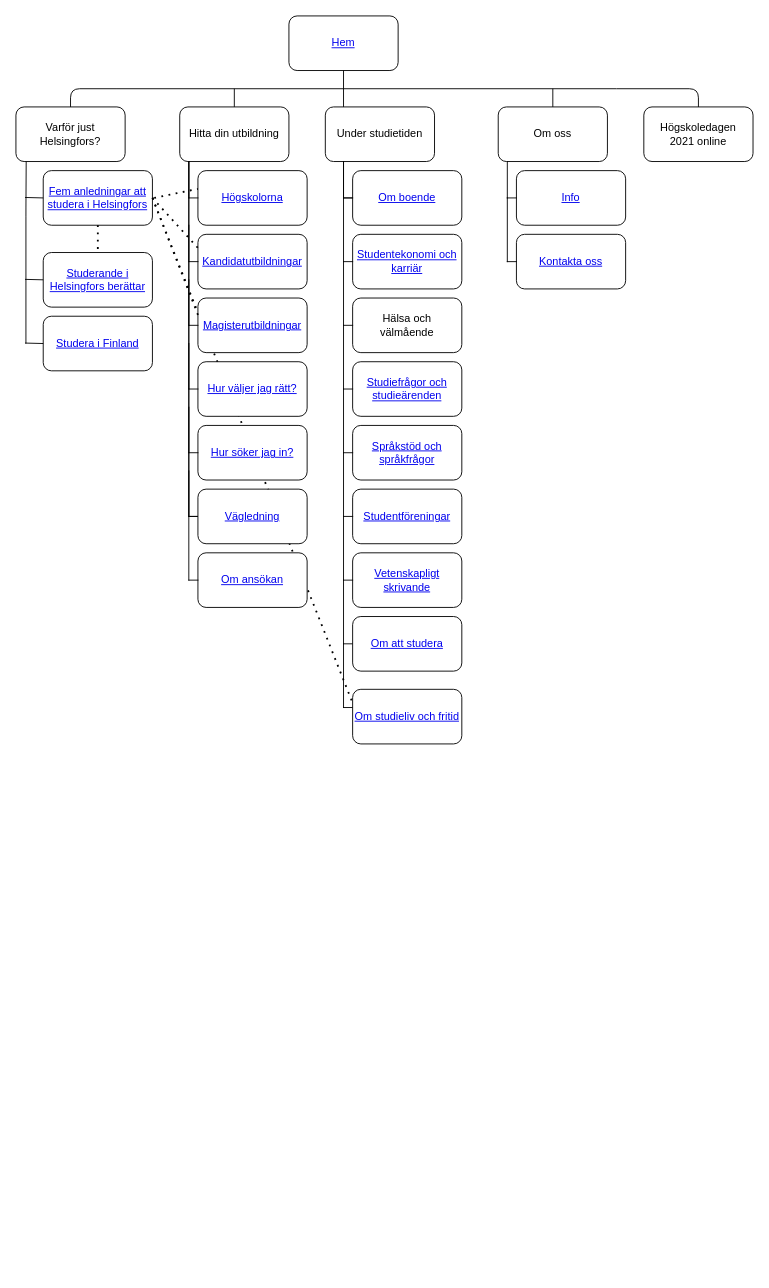
The draw.io diagram SiH utvidgad.drawio in Romuruotsalainen/StuderaiHelsingfors, before the edit. Source tidied: cells renumbered, new cells numbered last; positions are measured from the earlier drawing's top-left corner, leaving out a move shared by most shapes. Both pictures are drawn from the tidied source at 91%, with x=0, y=0 at pixel (15, 15).
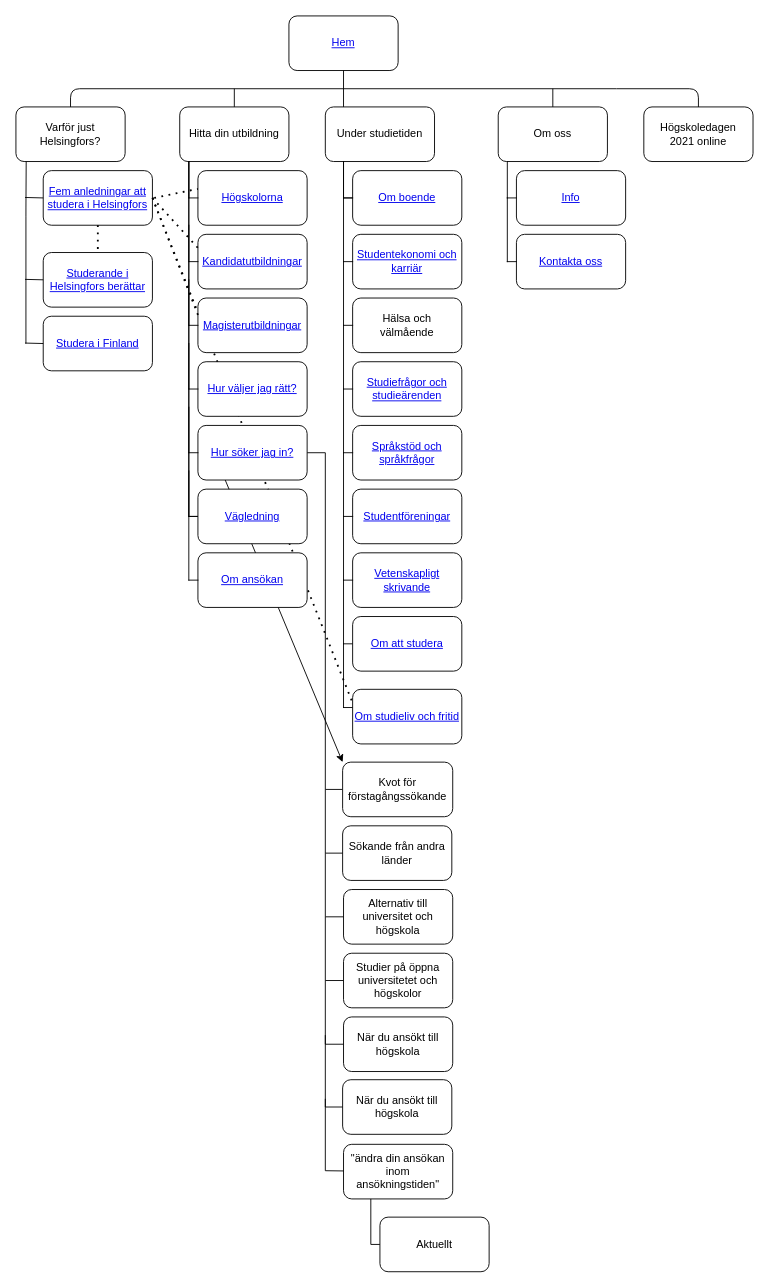
The same diagram, later.

Unchanged cells that the change refers to:
```xml
<mxCell id="23" value="&lt;a href=&quot;https://www.studeraihelsingfors.fi/hur-soker-jag/&quot;&gt;Hur söker jag in?&lt;/a&gt;" style="rounded=1;whiteSpace=wrap;html=1;strokeWidth=1;" parent="1" vertex="1">
  <mxGeometry x="200" y="450" width="120" height="60" as="geometry" />
</mxCell>
```

Change to the diagram source:
```diff
@@
+    <mxCell id="64" style="endArrow=classic;html=1;rounded=0;entryX=0;entryY=0;entryDx=0;entryDy=0;exitX=0.25;exitY=1;exitDx=0;exitDy=0;" parent="1" edge="1" source="23" target="66">
+      <mxGeometry relative="1" as="geometry" />
+    </mxCell>
+    <mxCell id="65" style="endArrow=none;html=1;rounded=0;entryX=1;entryY=0.5;entryDx=0;entryDy=0;exitX=0;exitY=0.5;exitDx=0;exitDy=0;" parent="1" edge="1" source="66" target="23">
+      <mxGeometry relative="1" as="geometry">
+        <Array as="points">
+          <mxPoint x="340" y="850" />
+          <mxPoint x="340" y="480" />
+        </Array>
+      </mxGeometry>
+    </mxCell>
@@
+    <mxCell id="66" value="Kvot för förstagångssökande" style="rounded=1;whiteSpace=wrap;html=1;" parent="1" vertex="1">
+      <mxGeometry x="359" y="820" width="121" height="60" as="geometry" />
+    </mxCell>
+    <mxCell id="67" value="Sökande från andra länder" style="rounded=1;whiteSpace=wrap;html=1;" parent="1" vertex="1">
+      <mxGeometry x="359" y="890" width="120" height="60" as="geometry" />
+    </mxCell>
+    <mxCell id="68" value="Alternativ till universitet och högskola" style="rounded=1;whiteSpace=wrap;html=1;" parent="1" vertex="1">
+      <mxGeometry x="360" y="960" width="120" height="60" as="geometry" />
+    </mxCell>
+    <mxCell id="69" value="Studier på öppna universitetet och högskolor" style="rounded=1;whiteSpace=wrap;html=1;" parent="1" vertex="1">
+      <mxGeometry x="360" y="1030" width="120" height="60" as="geometry" />
+    </mxCell>
+    <mxCell id="70" value="När du ansökt till högskola" style="rounded=1;whiteSpace=wrap;html=1;" parent="1" vertex="1">
+      <mxGeometry x="360" y="1100" width="120" height="60" as="geometry" />
+    </mxCell>
+    <mxCell id="71" style="endArrow=none;html=1;rounded=0;entryX=0;entryY=0.5;entryDx=0;entryDy=0;" parent="1" edge="1" target="67">
+      <mxGeometry relative="1" as="geometry">
+        <mxPoint x="340" y="850" as="sourcePoint" />
+        <Array as="points">
+          <mxPoint x="340" y="920" />
+        </Array>
+      </mxGeometry>
+    </mxCell>
+    <mxCell id="72" style="endArrow=none;html=1;rounded=0;exitX=0;exitY=0.5;exitDx=0;exitDy=0;" parent="1" edge="1" source="68">
+      <mxGeometry relative="1" as="geometry">
+        <mxPoint x="340" y="920" as="targetPoint" />
+        <Array as="points">
+          <mxPoint x="340" y="990" />
+        </Array>
+      </mxGeometry>
+    </mxCell>
+    <mxCell id="73" style="endArrow=none;html=1;rounded=0;exitX=0;exitY=0.5;exitDx=0;exitDy=0;" parent="1" edge="1" source="69">
+      <mxGeometry relative="1" as="geometry">
+        <mxPoint x="340" y="990" as="targetPoint" />
+        <Array as="points">
+          <mxPoint x="340" y="1060" />
+        </Array>
+      </mxGeometry>
+    </mxCell>
+    <mxCell id="74" style="endArrow=none;html=1;rounded=0;entryX=0;entryY=0.5;entryDx=0;entryDy=0;" parent="1" edge="1" target="70">
+      <mxGeometry relative="1" as="geometry">
+        <mxPoint x="340" y="1060" as="sourcePoint" />
+        <Array as="points">
+          <mxPoint x="340" y="1130" />
+        </Array>
+      </mxGeometry>
+    </mxCell>
+    <mxCell id="75" value="När du ansökt till högskola" style="rounded=1;whiteSpace=wrap;html=1;" parent="1" vertex="1">
+      <mxGeometry x="359" y="1169" width="120" height="60" as="geometry" />
+    </mxCell>
+    <mxCell id="76" style="endArrow=none;html=1;rounded=0;entryX=0;entryY=0.5;entryDx=0;entryDy=0;" parent="1" edge="1" target="75">
+      <mxGeometry relative="1" as="geometry">
+        <mxPoint x="340" y="1120" as="sourcePoint" />
+        <Array as="points">
+          <mxPoint x="340" y="1199" />
+        </Array>
+      </mxGeometry>
+    </mxCell>
+    <mxCell id="77" value="&quot;ändra din ansökan inom ansökningstiden&quot;" style="rounded=1;whiteSpace=wrap;html=1;" parent="1" vertex="1">
+      <mxGeometry x="360" y="1240" width="120" height="60" as="geometry" />
+    </mxCell>
+    <mxCell id="78" style="endArrow=none;html=1;rounded=0;" parent="1" edge="1" target="77">
+      <mxGeometry relative="1" as="geometry">
+        <mxPoint x="340" y="1190" as="sourcePoint" />
+        <Array as="points">
+          <mxPoint x="340" y="1269" />
+        </Array>
+      </mxGeometry>
+    </mxCell>
+    <mxCell id="79" style="endArrow=none;html=1;rounded=0;exitX=0.25;exitY=1;exitDx=0;exitDy=0;entryX=0;entryY=0.5;entryDx=0;entryDy=0;" parent="1" edge="1" source="77" target="80">
+      <mxGeometry relative="1" as="geometry">
+        <Array as="points">
+          <mxPoint x="390" y="1350" />
+        </Array>
+      </mxGeometry>
+    </mxCell>
+    <mxCell id="80" value="Aktuellt" style="rounded=1;whiteSpace=wrap;html=1;" parent="1" vertex="1">
+      <mxGeometry x="400" y="1320" width="120" height="60" as="geometry" />
+    </mxCell>
```
